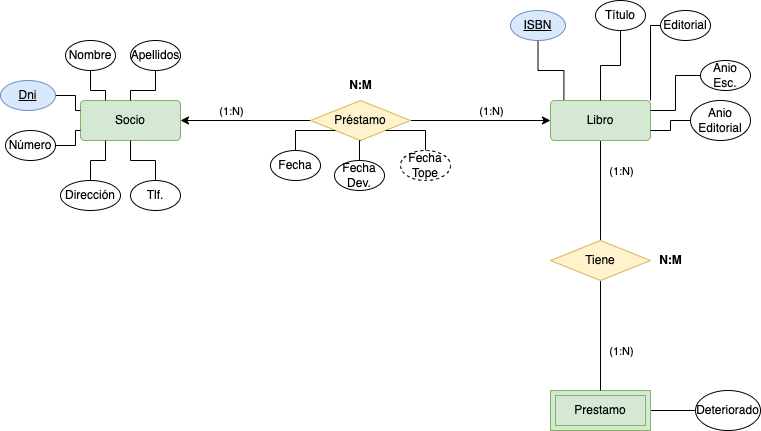
MoisesALH/base-datos keeps this draw.io diagram as ER/repaso/repaso6/videoclub.drawio.png. Above is the earlier version. Source tidied: cells renumbered, new cells last; positions are measured from the earlier drawing's top-left corner, leaving out a move shared by most shapes.
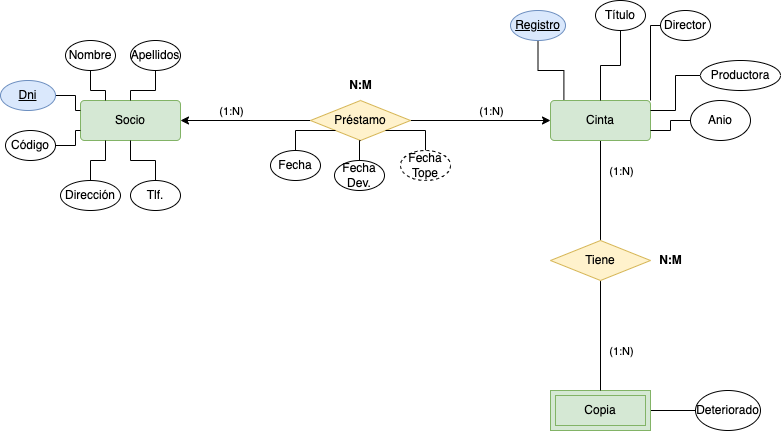
Above is the later version.

Commit message:
Se actualiza la solución de videoclub

What changed in the source:
```diff
@@ -5,7 +5,7 @@
     <mxCell id="2" style="edgeStyle=orthogonalEdgeStyle;rounded=0;jettySize=auto;html=1;entryX=0;entryY=0.5;entryDx=0;entryDy=0;startArrow=none;startFill=0;endArrow=none;endFill=0;" parent="1" edge="1" source="3" target="46">
       <mxGeometry relative="1" as="geometry" />
     </mxCell>
-    <mxCell id="3" value="Prestamo" style="shape=ext;margin=3;double=1;whiteSpace=wrap;html=1;align=center;fillColor=#d5e8d4;strokeColor=#82b366;" parent="1" vertex="1">
+    <mxCell id="3" value="Copia" style="shape=ext;margin=3;double=1;whiteSpace=wrap;html=1;align=center;fillColor=#d5e8d4;strokeColor=#82b366;" parent="1" vertex="1">
       <mxGeometry x="550" y="390" width="100" height="40" as="geometry" />
     </mxCell>
     <mxCell id="4" style="edgeStyle=orthogonalEdgeStyle;rounded=0;jettySize=auto;html=1;entryX=0;entryY=0.5;entryDx=0;entryDy=0;endArrow=none;endFill=0;startArrow=classic;startFill=1;" parent="1" edge="1" source="6" target="15">
@@ -27,7 +27,7 @@
         <mxPoint x="19" y="-21" as="offset" />
       </mxGeometry>
     </mxCell>
-    <mxCell id="9" value="Libro" style="rounded=1;arcSize=10;whiteSpace=wrap;html=1;align=center;fillColor=#d5e8d4;strokeColor=#82b366;" parent="1" vertex="1">
+    <mxCell id="9" value="Cinta" style="rounded=1;arcSize=10;whiteSpace=wrap;html=1;align=center;fillColor=#d5e8d4;strokeColor=#82b366;" parent="1" vertex="1">
       <mxGeometry x="550" y="100" width="100" height="40" as="geometry" />
     </mxCell>
     <mxCell id="10" style="edgeStyle=orthogonalEdgeStyle;rounded=0;jettySize=auto;html=1;endArrow=none;endFill=0;" parent="1" edge="1" source="12" target="3">
@@ -85,7 +85,7 @@
     <mxCell id="26" style="edgeStyle=orthogonalEdgeStyle;rounded=0;jettySize=auto;html=1;entryX=0;entryY=0.75;entryDx=0;entryDy=0;startArrow=none;startFill=0;endArrow=none;endFill=0;" parent="1" edge="1" source="27" target="6">
       <mxGeometry relative="1" as="geometry" />
     </mxCell>
-    <mxCell id="27" value="Número" style="ellipse;whiteSpace=wrap;html=1;align=center;" parent="1" vertex="1">
+    <mxCell id="27" value="Código" style="ellipse;whiteSpace=wrap;html=1;align=center;" parent="1" vertex="1">
       <mxGeometry x="5" y="130" width="50" height="30" as="geometry" />
     </mxCell>
     <mxCell id="28" style="edgeStyle=orthogonalEdgeStyle;rounded=0;jettySize=auto;html=1;entryX=0.25;entryY=0;entryDx=0;entryDy=0;startArrow=none;startFill=0;endArrow=none;endFill=0;" parent="1" edge="1" source="29" target="6">
@@ -115,7 +115,7 @@
     <mxCell id="36" style="edgeStyle=orthogonalEdgeStyle;rounded=0;jettySize=auto;html=1;entryX=0.134;entryY=-0.02;entryDx=0;entryDy=0;entryPerimeter=0;startArrow=none;startFill=0;endArrow=none;endFill=0;" parent="1" edge="1" source="37" target="9">
       <mxGeometry relative="1" as="geometry" />
     </mxCell>
-    <mxCell id="37" value="ISBN" style="ellipse;whiteSpace=wrap;html=1;align=center;fontStyle=4;fillColor=#dae8fc;strokeColor=#6c8ebf;" parent="1" vertex="1">
+    <mxCell id="37" value="Registro" style="ellipse;whiteSpace=wrap;html=1;align=center;fontStyle=4;fillColor=#dae8fc;strokeColor=#6c8ebf;" parent="1" vertex="1">
       <mxGeometry x="510" y="10" width="55" height="30" as="geometry" />
     </mxCell>
     <mxCell id="38" style="edgeStyle=orthogonalEdgeStyle;rounded=0;jettySize=auto;html=1;startArrow=none;startFill=0;endArrow=none;endFill=0;" parent="1" edge="1" source="39">
@@ -127,7 +127,7 @@
         </Array>
       </mxGeometry>
     </mxCell>
-    <mxCell id="39" value="Editorial" style="ellipse;whiteSpace=wrap;html=1;align=center;" parent="1" vertex="1">
+    <mxCell id="39" value="Director" style="ellipse;whiteSpace=wrap;html=1;align=center;" parent="1" vertex="1">
       <mxGeometry x="660" y="10" width="50" height="30" as="geometry" />
     </mxCell>
     <mxCell id="40" style="edgeStyle=orthogonalEdgeStyle;rounded=0;jettySize=auto;html=1;entryX=0.5;entryY=0;entryDx=0;entryDy=0;startArrow=none;startFill=0;endArrow=none;endFill=0;" parent="1" edge="1" source="41" target="9">
@@ -139,13 +139,13 @@
     <mxCell id="42" style="edgeStyle=orthogonalEdgeStyle;rounded=0;jettySize=auto;html=1;entryX=1;entryY=0.25;entryDx=0;entryDy=0;startArrow=none;startFill=0;endArrow=none;endFill=0;" parent="1" edge="1" source="43" target="9">
       <mxGeometry relative="1" as="geometry" />
     </mxCell>
-    <mxCell id="43" value="Anio Esc." style="ellipse;whiteSpace=wrap;html=1;align=center;" parent="1" vertex="1">
-      <mxGeometry x="700" y="60" width="50" height="30" as="geometry" />
+    <mxCell id="43" value="Productora" style="ellipse;whiteSpace=wrap;html=1;align=center;" parent="1" vertex="1">
+      <mxGeometry x="700" y="60" width="80" height="30" as="geometry" />
     </mxCell>
     <mxCell id="44" style="edgeStyle=orthogonalEdgeStyle;rounded=0;jettySize=auto;html=1;entryX=1;entryY=0.75;entryDx=0;entryDy=0;startArrow=none;startFill=0;endArrow=none;endFill=0;" parent="1" edge="1" source="45" target="9">
       <mxGeometry relative="1" as="geometry" />
     </mxCell>
-    <mxCell id="45" value="Anio Editorial" style="ellipse;whiteSpace=wrap;html=1;align=center;" parent="1" vertex="1">
+    <mxCell id="45" value="Anio" style="ellipse;whiteSpace=wrap;html=1;align=center;" parent="1" vertex="1">
       <mxGeometry x="690" y="100" width="60" height="40" as="geometry" />
     </mxCell>
     <mxCell id="46" value="Deteriorado" style="ellipse;whiteSpace=wrap;html=1;align=center;" parent="1" vertex="1">
```
